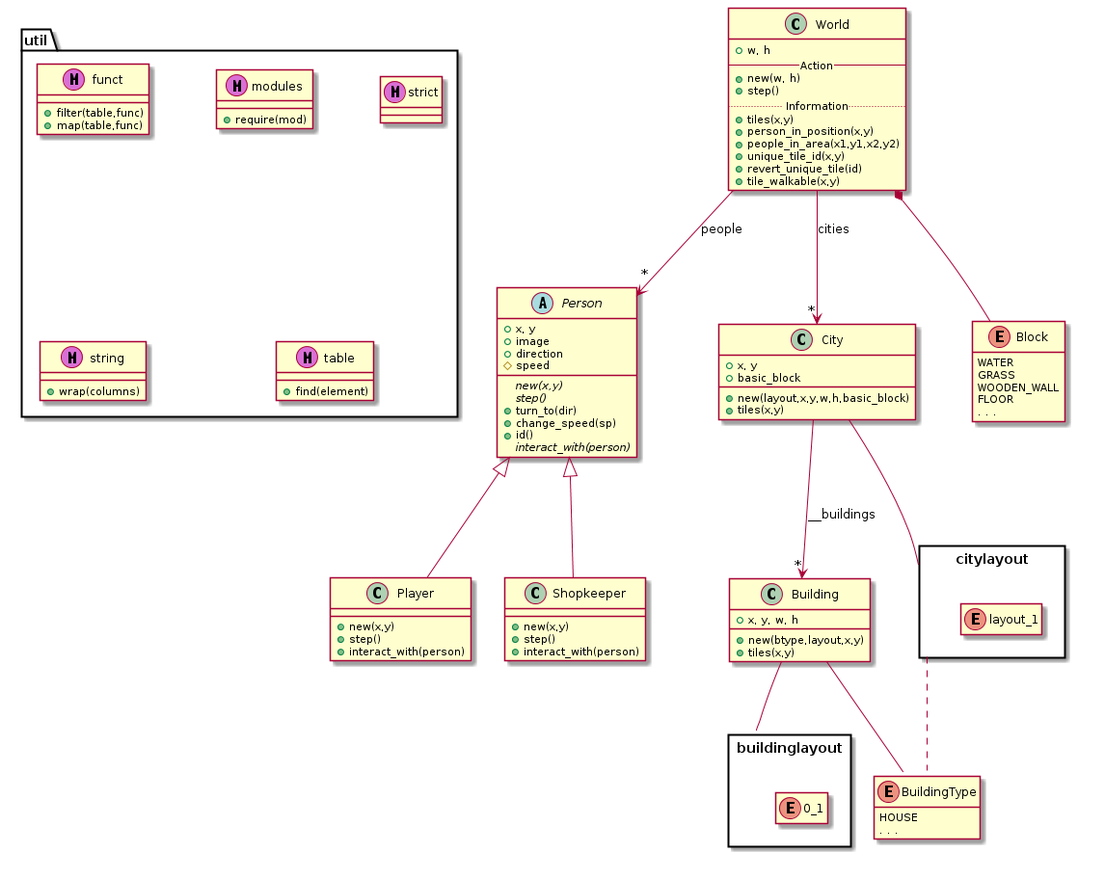
Above: doc/engine.png in andrenho/newhope (PlantUML), before the change.
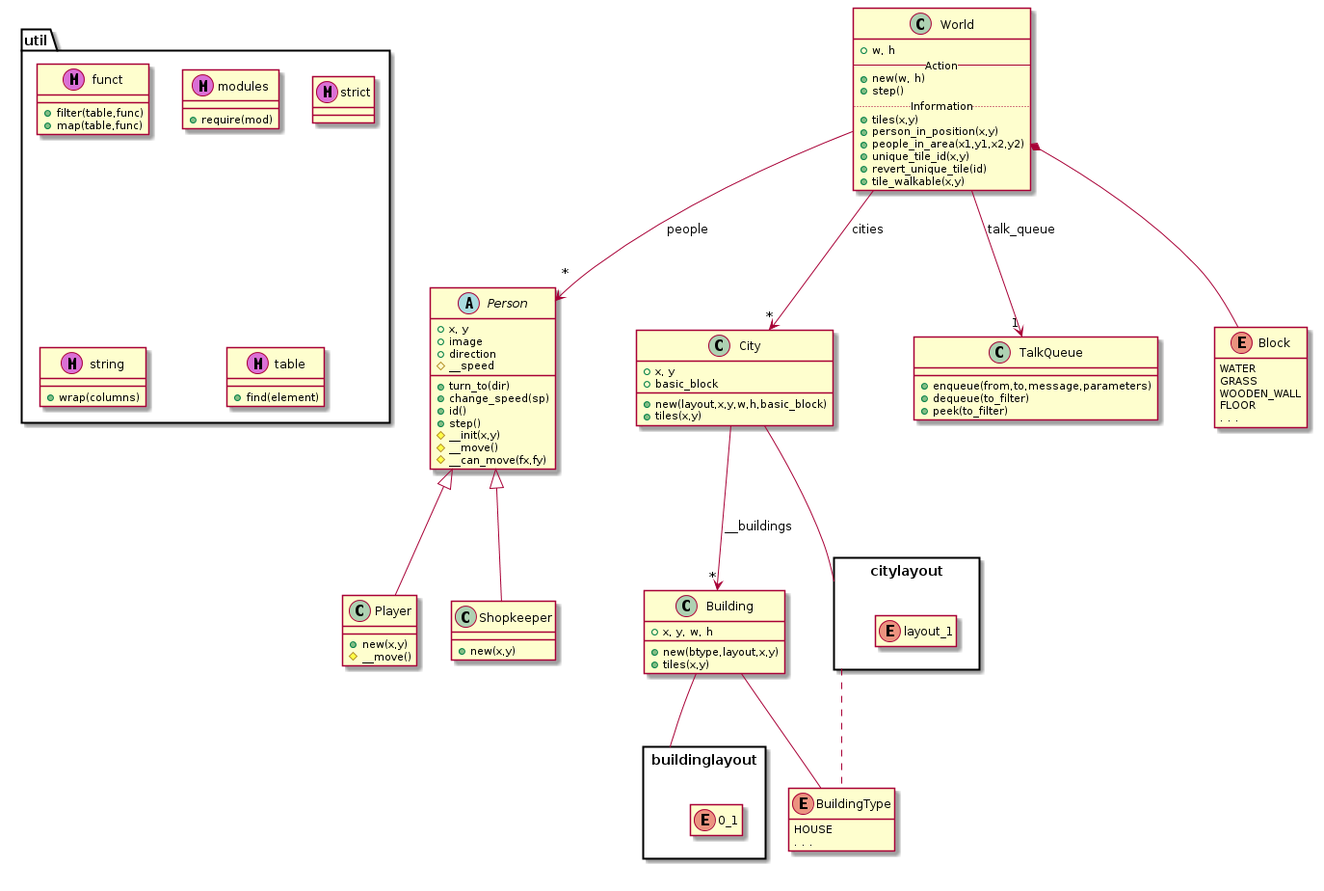
The same diagram one commit later.

What changed in the source:
```diff
@@ -2,6 +2,7 @@
 
 World  -->  "*" Person : people
 World  -->  "*" City : cities
+World  -->  "1" TalkQueue: talk_queue
 City   -->  "*" Building : __buildings
 Building -- enum BuildingType
 Person <|-- Player
@@ -46,25 +47,23 @@
   +x, y
   +image
   +direction
-  #speed
-  {abstract} +new(x,y)
-  {abstract} +step()
+  #__speed
   +turn_to(dir)
   +change_speed(sp)
   +id()
-  {abstract} +interact_with(person)
+  +step()
+  #__init(x,y)
+  #__move()
+  #__can_move(fx,fy)
 }
 
 class Player {
   +new(x,y)
-  +step()
-  +interact_with(person)
+  #__move()
 }
 
 class Shopkeeper {
   +new(x,y)
-  +step()
-  +interact_with(person)
 }
 
 class City {
@@ -78,6 +77,12 @@
   +x, y, w, h
   +new(btype,layout,x,y)
   +tiles(x,y)
+}
+
+class TalkQueue {
+  +enqueue(from,to,message,parameters)
+  +dequeue(to_filter)
+  +peek(to_filter)
 }
 
 enum Block {
```
